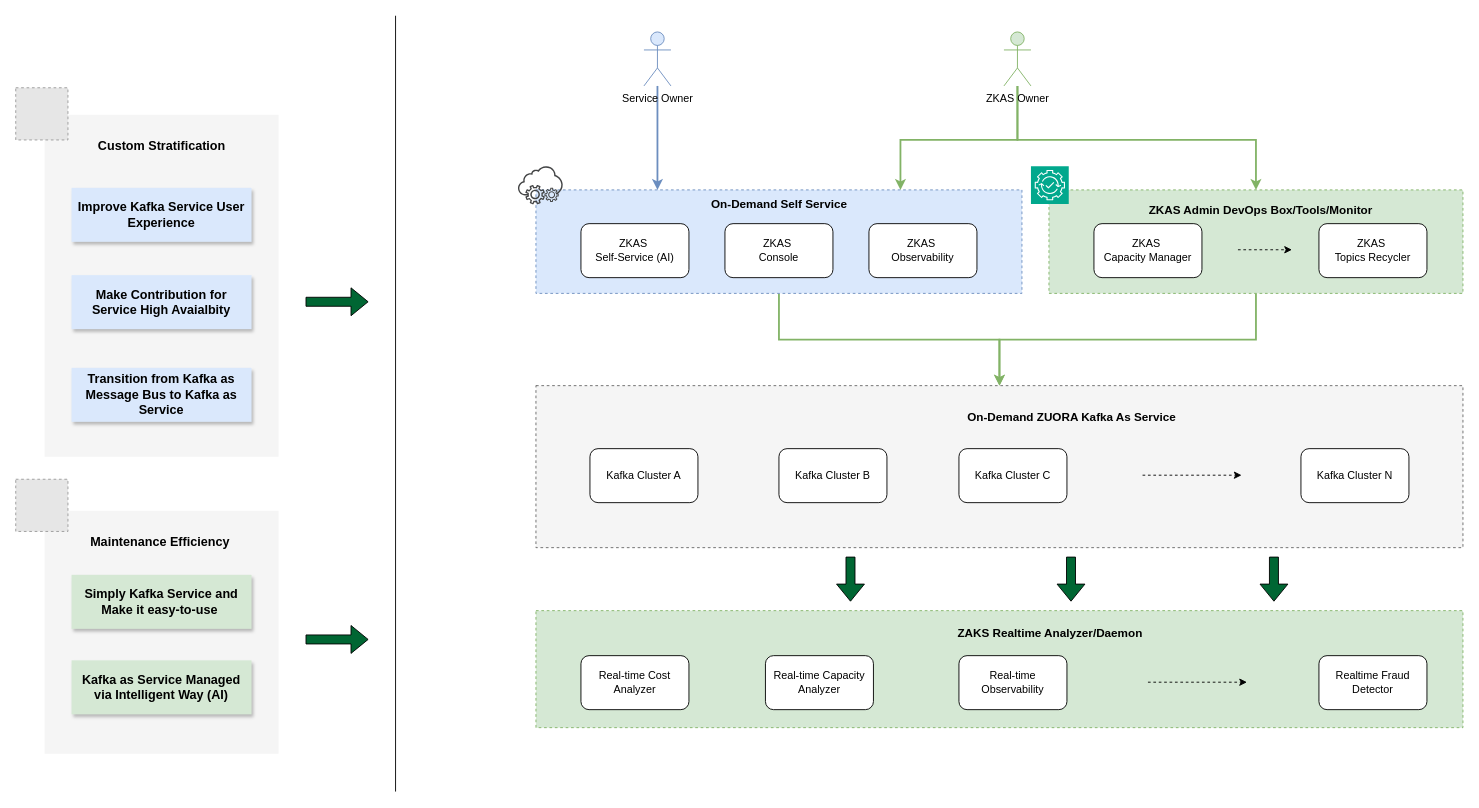
Above: Kafka as Service.drawio in jiangtao7/draw.io (draw.io), before the change. Source tidied: cells renumbered, new cells numbered last; positions are measured from the earlier drawing's top-left corner, leaving out a move shared by most shapes. Both pictures are drawn from the tidied source at 90%, with x=0, y=0 at pixel (15, 15). Pictures stored in the file or linked from it are replaced by grey dashed boxes.
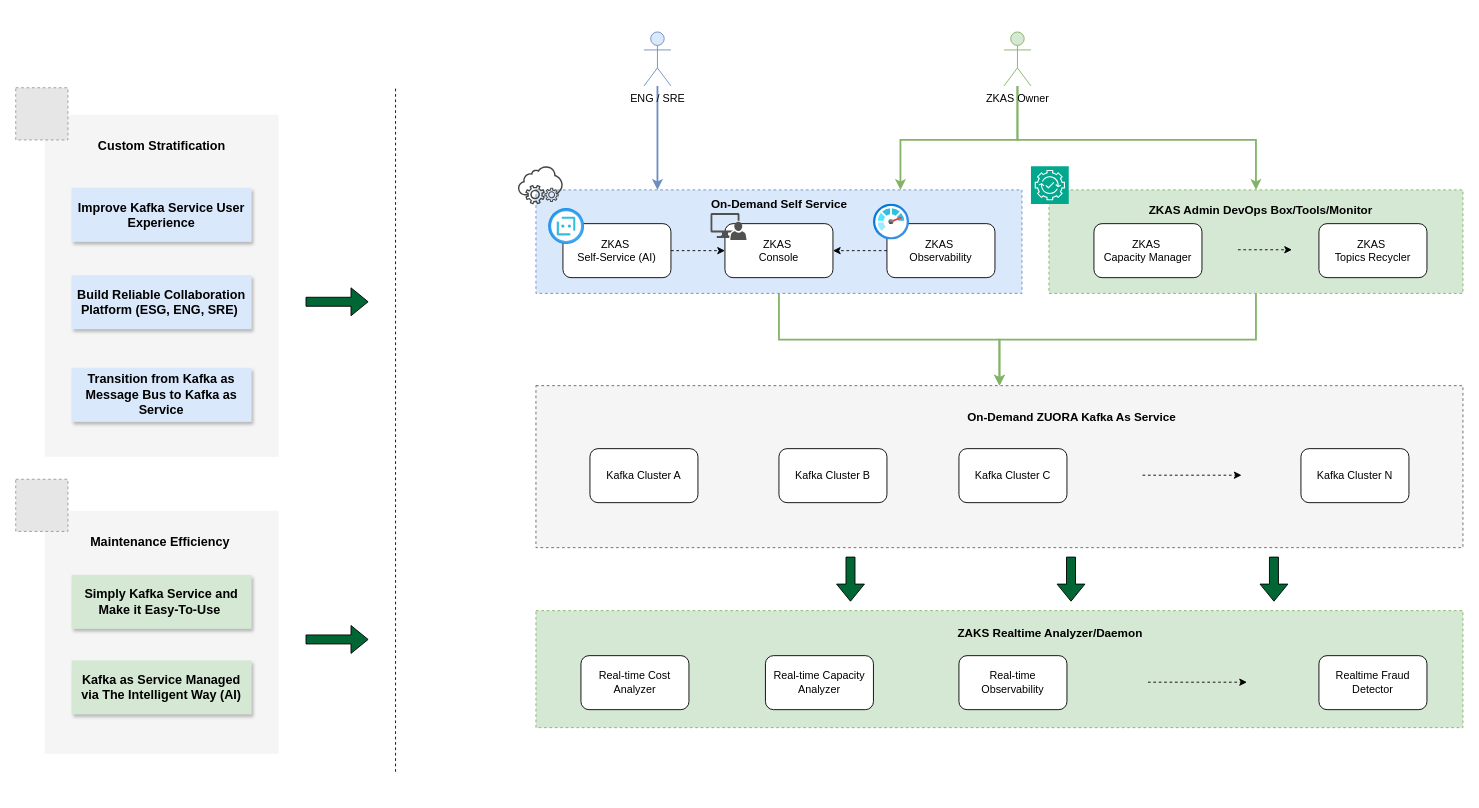
The same page after the edit.

Unchanged cells that the change refers to:
```xml
<mxCell id="15" value="ZKAS&amp;nbsp;&lt;div&gt;Console&lt;/div&gt;" style="rounded=1;whiteSpace=wrap;html=1;" parent="1" vertex="1">
  <mxGeometry x="788" y="231" width="120" height="60" as="geometry" />
</mxCell>
```

What changed in the source:
```diff
@@
-    <mxCell id="11" value="Service Owner" style="shape=umlActor;verticalLabelPosition=bottom;verticalAlign=top;html=1;outlineConnect=0;fillColor=#dae8fc;strokeColor=#6c8ebf;" parent="1" vertex="1">
+    <mxCell id="11" value="ENG / SRE" style="shape=umlActor;verticalLabelPosition=bottom;verticalAlign=top;html=1;outlineConnect=0;fillColor=#dae8fc;strokeColor=#6c8ebf;" parent="1" vertex="1">
       <mxGeometry x="698" y="18" width="30" height="60" as="geometry" />
     </mxCell>
@@
+    <mxCell id="52" style="edgeStyle=orthogonalEdgeStyle;rounded=0;jettySize=auto;html=1;dashed=1;" parent="1" edge="1" source="18" target="15">
+      <mxGeometry relative="1" as="geometry" />
+    </mxCell>
     <mxCell id="18" value="ZKAS&amp;nbsp;&lt;div&gt;Observability&lt;/div&gt;" style="rounded=1;whiteSpace=wrap;html=1;" parent="1" vertex="1">
-      <mxGeometry x="948" y="231" width="120" height="60" as="geometry" />
+      <mxGeometry x="968" y="231" width="120" height="60" as="geometry" />
     </mxCell>
@@
-    <mxCell id="25" value="On-Demand Self Service" style="text;html=1;align=center;verticalAlign=middle;strokeColor=none;fillColor=none;fontSize=13;fontStyle=1;" parent="1" vertex="1">
-      <mxGeometry x="763" y="193.5" width="170" height="30" as="geometry" />
-    </mxCell>
@@
+    <mxCell id="53" style="edgeStyle=orthogonalEdgeStyle;rounded=0;jettySize=auto;html=1;entryX=0;entryY=0.5;entryDx=0;entryDy=0;dashed=1;" parent="1" edge="1" source="37" target="15">
+      <mxGeometry relative="1" as="geometry" />
+    </mxCell>
     <mxCell id="37" value="ZKAS&amp;nbsp;&lt;div&gt;Self-Service (AI)&lt;/div&gt;" style="rounded=1;whiteSpace=wrap;html=1;" parent="1" vertex="1">
-      <mxGeometry x="628" y="231" width="120" height="60" as="geometry" />
+      <mxGeometry x="608" y="231" width="120" height="60" as="geometry" />
     </mxCell>
@@
-    <mxCell id="40" style="endArrow=none;html=1;rounded=0;" parent="1" edge="1">
+    <mxCell id="40" style="endArrow=none;html=1;rounded=0;dashed=1;" parent="1" edge="1">
       <mxGeometry relative="1" as="geometry">
-        <mxPoint x="422" y="862" as="sourcePoint" />
-        <mxPoint x="422" as="targetPoint" />
+        <mxPoint x="422" y="840" as="sourcePoint" />
+        <mxPoint x="422" y="80" as="targetPoint" />
       </mxGeometry>
     </mxCell>
@@
-    <mxCell id="43" value="Make Contribution for Service High Avaialbity" style="rounded=0;whiteSpace=wrap;html=1;fontSize=14;fontStyle=1;strokeColor=none;fillColor=#dae8fc;shadow=1;" parent="1" vertex="1">
+    <mxCell id="43" value="Build Reliable Collaboration Platform (ESG, ENG, SRE)&amp;nbsp;" style="rounded=0;whiteSpace=wrap;html=1;fontSize=14;fontStyle=1;strokeColor=none;fillColor=#dae8fc;shadow=1;" parent="1" vertex="1">
       <mxGeometry x="62" y="288.2" width="200" height="60" as="geometry" />
     </mxCell>
-    <mxCell id="44" value="Kafka as Service Managed via Intelligent Way (AI)" style="rounded=0;whiteSpace=wrap;html=1;fontSize=14;fontStyle=1;strokeColor=none;fillColor=#d5e8d4;shadow=1;" parent="1" vertex="1">
+    <mxCell id="44" value="Kafka as Service Managed via The Intelligent Way (AI)" style="rounded=0;whiteSpace=wrap;html=1;fontSize=14;fontStyle=1;strokeColor=none;fillColor=#d5e8d4;shadow=1;" parent="1" vertex="1">
       <mxGeometry x="62" y="716.2" width="200" height="60" as="geometry" />
     </mxCell>
-    <mxCell id="45" value="Simply Kafka Service and Make it easy-to-use&amp;nbsp;" style="rounded=0;whiteSpace=wrap;html=1;fontSize=14;fontStyle=1;strokeColor=none;fillColor=#d5e8d4;shadow=1;" parent="1" vertex="1">
+    <mxCell id="45" value="Simply Kafka Service and Make it Easy-To-Use&amp;nbsp;" style="rounded=0;whiteSpace=wrap;html=1;fontSize=14;fontStyle=1;strokeColor=none;fillColor=#d5e8d4;shadow=1;" parent="1" vertex="1">
       <mxGeometry x="62" y="621.2" width="200" height="60" as="geometry" />
     </mxCell>
@@
+    <mxCell id="54" style="image;html=1;align=center;fontSize=12;image=img/lib/azure2/ai_machine_learning/Bot_Services.svg;" parent="1" vertex="1">
+      <mxGeometry x="592" y="214.2" width="40" height="40" as="geometry" />
+    </mxCell>
+    <mxCell id="55" style="image;html=1;align=center;fontSize=12;image=img/lib/azure2/management_governance/Monitor.svg;" parent="1" vertex="1">
+      <mxGeometry x="953" y="209.2" width="40" height="40" as="geometry" />
+    </mxCell>
+    <mxCell id="25" value="On-Demand Self Service" style="text;html=1;align=center;verticalAlign=middle;strokeColor=none;fillColor=none;fontSize=13;fontStyle=1;" parent="1" vertex="1">
+      <mxGeometry x="763" y="193.5" width="170" height="30" as="geometry" />
+    </mxCell>
+    <mxCell id="56" style="sketch=0;shadow=0;dashed=0;html=1;strokeColor=none;labelPosition=center;verticalLabelPosition=bottom;verticalAlign=top;align=center;fillColor=#515151;shape=mxgraph.mscae.system_center.admin_console;" parent="1" vertex="1">
+      <mxGeometry x="772" y="219.2" width="40" height="30" as="geometry" />
+    </mxCell>
```
